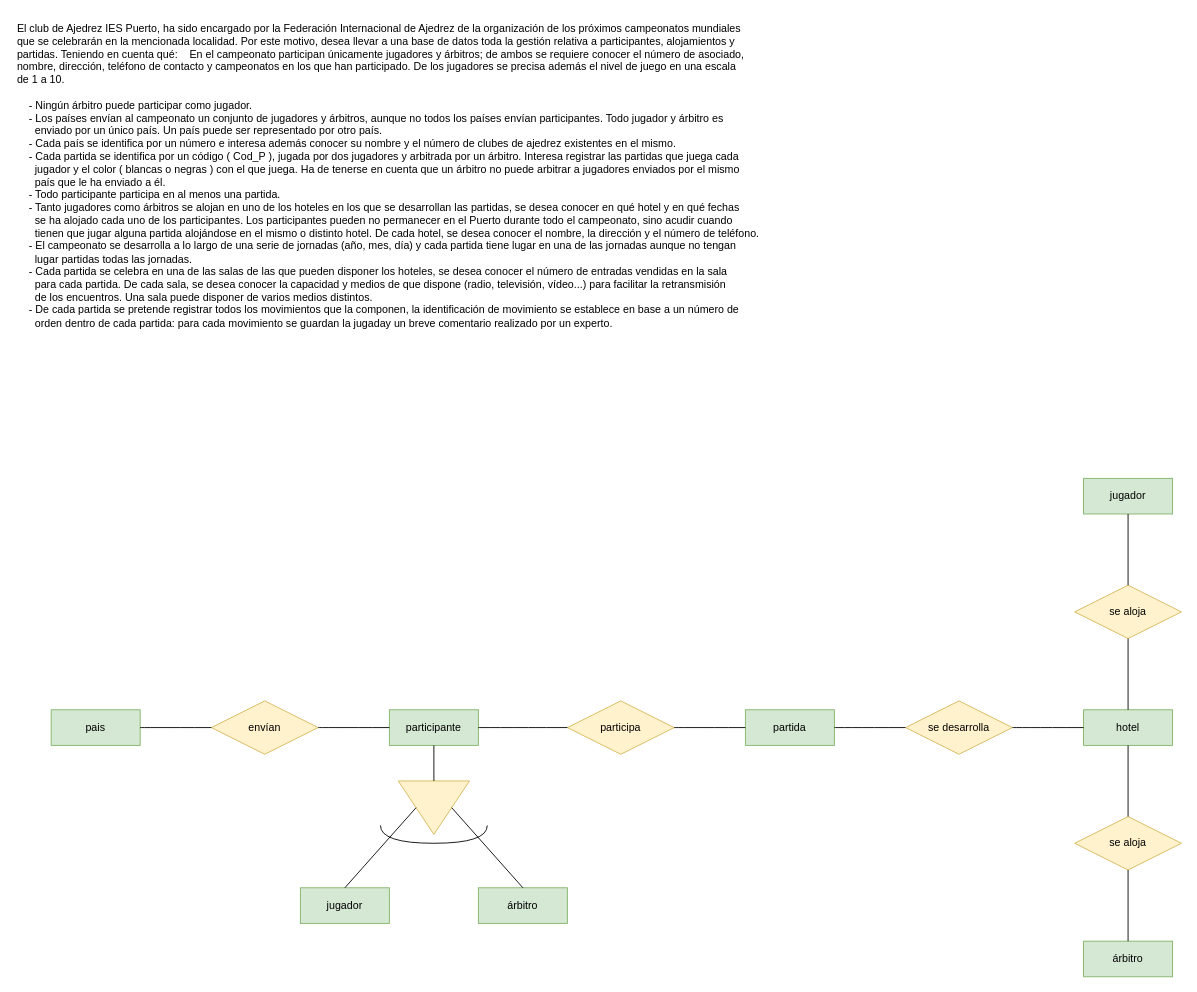
Earlier version of the draw.io diagram page "Paso 2" (2 of 3) of Tareas/Tema 2/Tarea 9/Ejercicio9.drawio (JCarlosAR032/base-de-datos). Source tidied: cells renumbered, new cells numbered last; positions are measured from the earlier drawing's top-left corner, leaving out a move shared by most shapes. Both pictures are drawn from the tidied source at 89%, with x=0, y=0 at pixel (15, 15).
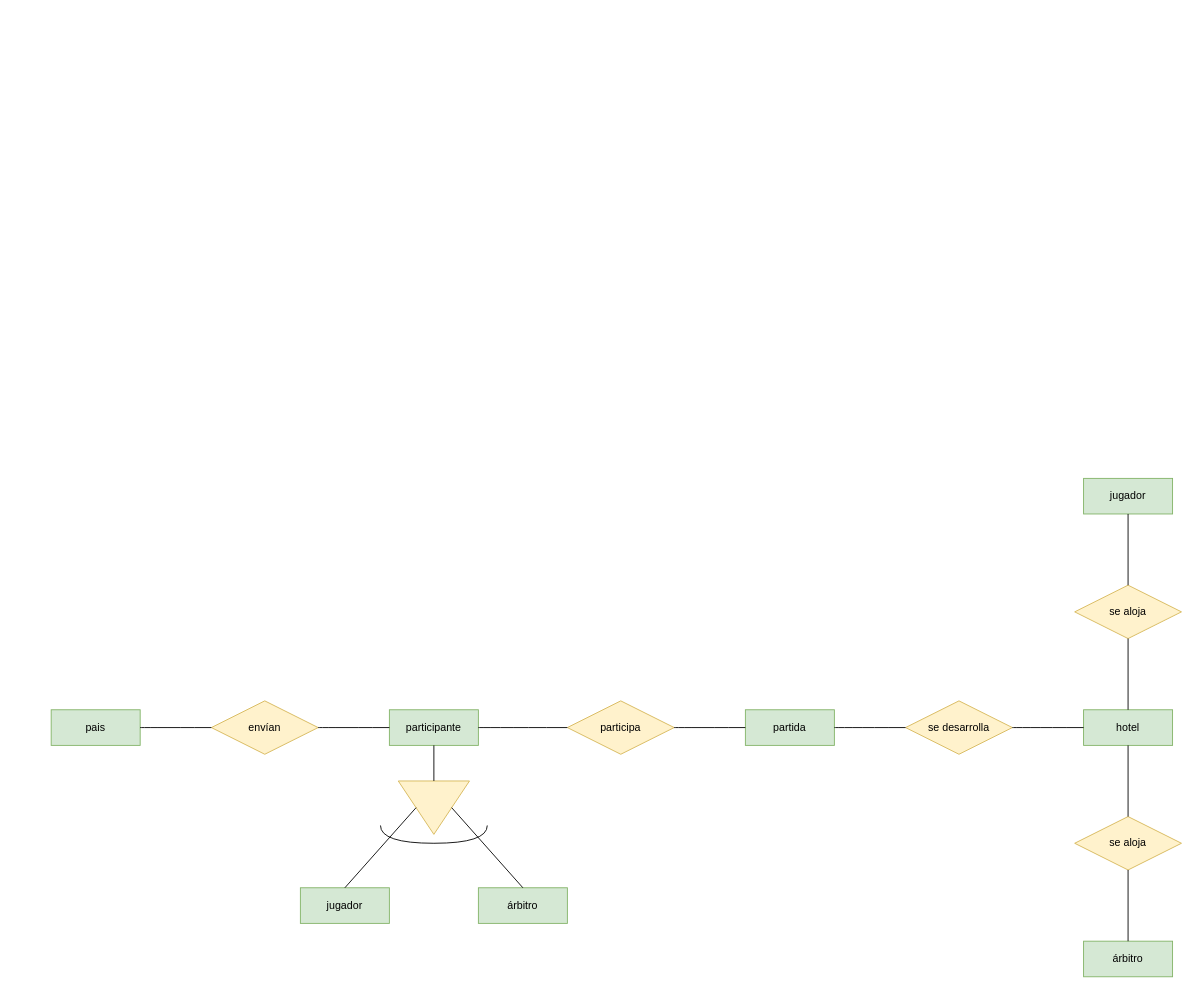
After the change.

Diff of the diagram source:
```diff
@@
-    <mxCell id="2" value="&lt;div align=&quot;left&quot;&gt;El club de Ajedrez IES Puerto, ha sido encargado por la Federación Internacional de Ajedrez de la organización de los próximos campeonatos mundiales &lt;br&gt;&lt;/div&gt;&lt;div align=&quot;left&quot;&gt;que se celebrarán en la mencionada localidad. Por este motivo, desea llevar a una base de datos toda la gestión relativa a participantes, alojamientos y &lt;br&gt;&lt;/div&gt;&lt;div align=&quot;left&quot;&gt;partidas. Teniendo en cuenta qué:&amp;nbsp;&amp;nbsp;&amp;nbsp; En el campeonato participan únicamente jugadores y árbitros; de ambos se requiere conocer el número de asociado, &lt;br&gt;&lt;/div&gt;&lt;div align=&quot;left&quot;&gt;nombre, dirección, teléfono de contacto y campeonatos en los que han participado. De los jugadores se precisa además el nivel de juego en una escala &lt;br&gt;&lt;/div&gt;&lt;div align=&quot;left&quot;&gt;de 1 a 10.&lt;/div&gt;&lt;div align=&quot;left&quot;&gt;&lt;br&gt;&lt;/div&gt;&lt;div align=&quot;left&quot;&gt;&amp;nbsp;&amp;nbsp;&amp;nbsp; - Ningún árbitro puede participar como jugador.&lt;br&gt;&amp;nbsp;&amp;nbsp;&amp;nbsp; - Los países envían al campeonato un conjunto de jugadores y árbitros, aunque no todos los países envían participantes. Todo jugador y árbitro es &lt;br&gt;&lt;/div&gt;&lt;div align=&quot;left&quot;&gt;&amp;nbsp;&amp;nbsp;&amp;nbsp;&amp;nbsp;&amp;nbsp; enviado por un único país. Un país puede ser representado por otro país.&lt;br&gt;&amp;nbsp;&amp;nbsp;&amp;nbsp; - Cada país se identifica por un número e interesa además conocer su nombre y el número de clubes de ajedrez existentes en el mismo.&lt;br&gt;&amp;nbsp;&amp;nbsp;&amp;nbsp; - Cada partida se identifica por un código ( Cod_P ), jugada por dos jugadores y arbitrada por un árbitro. Interesa registrar las partidas que juega cada &lt;br&gt;&lt;/div&gt;&lt;div align=&quot;left&quot;&gt;&amp;nbsp;&amp;nbsp;&amp;nbsp;&amp;nbsp;&amp;nbsp; jugador y el color ( blancas o negras ) con el que juega. Ha de tenerse en cuenta que un árbitro no puede arbitrar a jugadores enviados por el mismo &lt;br&gt;&lt;/div&gt;&lt;div align=&quot;left&quot;&gt;&amp;nbsp;&amp;nbsp;&amp;nbsp;&amp;nbsp;&amp;nbsp; país que le ha enviado a él.&lt;br&gt;&amp;nbsp;&amp;nbsp;&amp;nbsp; - Todo participante participa en al menos una partida.&lt;br&gt;&amp;nbsp;&amp;nbsp;&amp;nbsp; - Tanto jugadores como árbitros se alojan en uno de los hoteles en los que se desarrollan las partidas, se desea conocer en qué hotel y en qué fechas &lt;br&gt;&lt;/div&gt;&lt;div align=&quot;left&quot;&gt;&amp;nbsp;&amp;nbsp;&amp;nbsp;&amp;nbsp;&amp;nbsp; se ha alojado cada uno de los participantes. Los participantes pueden no permanecer en el Puerto durante todo el campeonato, sino acudir cuando &lt;br&gt;&lt;/div&gt;&lt;div align=&quot;left&quot;&gt;&amp;nbsp;&amp;nbsp;&amp;nbsp;&amp;nbsp;&amp;nbsp; tienen que jugar alguna partida alojándose en el mismo o distinto hotel. De cada hotel, se desea conocer el nombre, la dirección y el número de teléfono.&lt;br&gt;&amp;nbsp;&amp;nbsp;&amp;nbsp; - El campeonato se desarrolla a lo largo de una serie de jornadas (año, mes, día) y cada partida tiene lugar en una de las jornadas aunque no tengan &lt;br&gt;&lt;/div&gt;&lt;div align=&quot;left&quot;&gt;&amp;nbsp;&amp;nbsp;&amp;nbsp;&amp;nbsp;&amp;nbsp; lugar partidas todas las jornadas.&lt;br&gt;&amp;nbsp;&amp;nbsp;&amp;nbsp; - Cada partida se celebra en una de las salas de las que pueden disponer los hoteles, se desea conocer el número de entradas vendidas en la sala &lt;br&gt;&lt;/div&gt;&lt;div align=&quot;left&quot;&gt;&amp;nbsp;&amp;nbsp;&amp;nbsp;&amp;nbsp;&amp;nbsp; para cada partida. De cada sala, se desea conocer la capacidad y medios de que dispone (radio, televisión, vídeo...) para facilitar la retransmisión &lt;br&gt;&lt;/div&gt;&lt;div align=&quot;left&quot;&gt;&amp;nbsp;&amp;nbsp;&amp;nbsp;&amp;nbsp;&amp;nbsp; de los encuentros. Una sala puede disponer de varios medios distintos.&lt;br&gt;&amp;nbsp;&amp;nbsp;&amp;nbsp; - De cada partida se pretende registrar todos los movimientos que la componen, la identificación de movimiento se establece en base a un número de &lt;br&gt;&lt;/div&gt;&lt;div align=&quot;left&quot;&gt;&amp;nbsp;&amp;nbsp;&amp;nbsp;&amp;nbsp;&amp;nbsp; orden dentro de cada partida: para cada movimiento se guardan la jugaday un breve comentario realizado por un experto.&lt;/div&gt;" style="text;html=1;align=left;verticalAlign=middle;strokeColor=none;fillColor=none;" parent="1" vertex="1">
-      <mxGeometry width="850" height="360" as="geometry" />
-    </mxCell>
```
